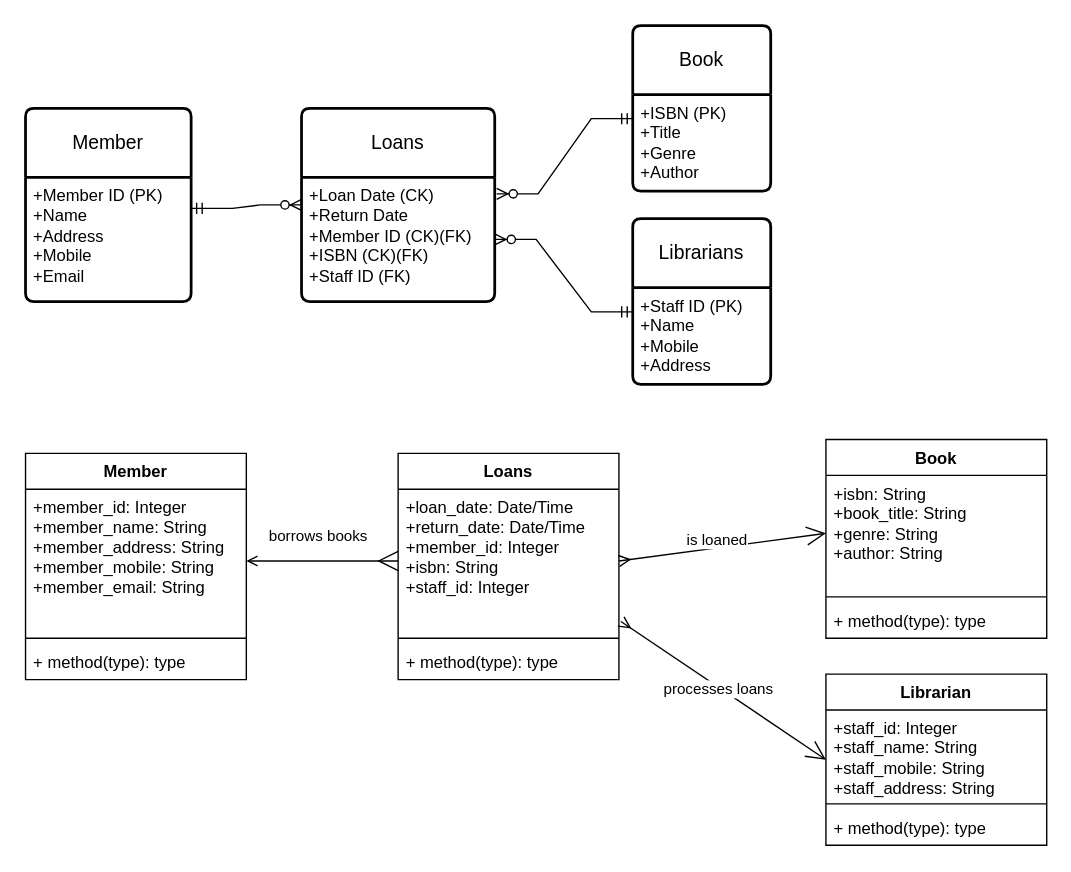
Above: Library ERD.drawio in jamesking020773/jamesking020773.github.io (draw.io), before the change. Source tidied: cells renumbered, new cells numbered last; positions are measured from the earlier drawing's top-left corner, leaving out a move shared by most shapes. Both pictures are drawn from the tidied source at 138%, with x=0, y=0 at pixel (25, 25).
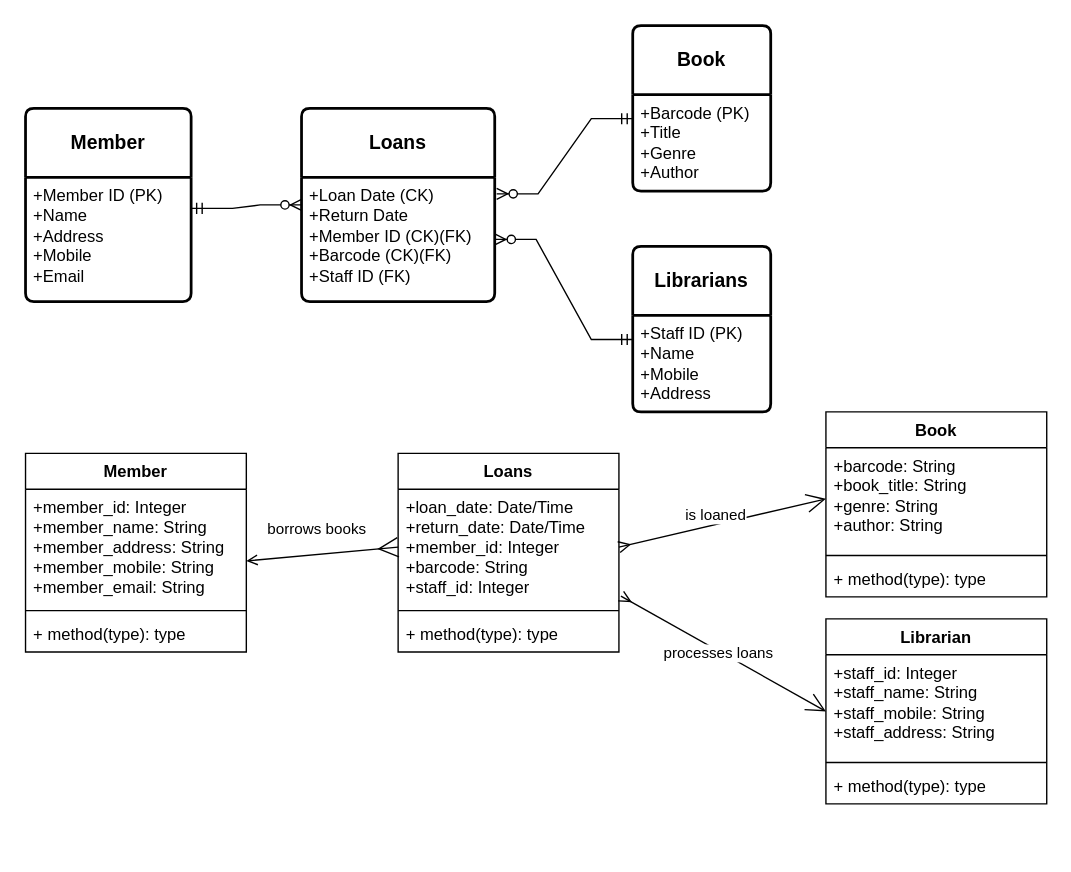
Above is the later version.

What changed in the source:
```diff
@@
-    <mxCell id="2" value="Book" style="swimlane;horizontal=1;startSize=50;rounded=1;fontSize=14;fontStyle=0;strokeWidth=2;shadow=0;dashed=0;align=center;arcSize=4;whiteSpace=wrap;html=1;" parent="1" vertex="1">
+    <mxCell id="2" value="&lt;b&gt;Book&lt;/b&gt;" style="swimlane;horizontal=1;startSize=50;rounded=1;fontSize=14;fontStyle=0;strokeWidth=2;shadow=0;dashed=0;align=center;arcSize=4;whiteSpace=wrap;html=1;" parent="1" vertex="1">
       <mxGeometry x="440" width="100" height="120" as="geometry" />
     </mxCell>
-    <mxCell id="3" value="+ISBN (PK)&lt;br&gt;+Title&lt;br&gt;+Genre&lt;div&gt;+Author&lt;/div&gt;" style="align=left;strokeColor=none;fillColor=none;spacingLeft=4;fontSize=12;verticalAlign=top;html=1;" parent="2" vertex="1">
+    <mxCell id="3" value="+Barcode (PK)&lt;br&gt;+Title&lt;br&gt;+Genre&lt;div&gt;+Author&lt;/div&gt;" style="align=left;strokeColor=none;fillColor=none;spacingLeft=4;fontSize=12;verticalAlign=top;html=1;" parent="2" vertex="1">
       <mxGeometry y="50" width="100" height="70" as="geometry" />
     </mxCell>
-    <mxCell id="4" value="Member" style="swimlane;horizontal=1;startSize=50;rounded=1;fontSize=14;fontStyle=0;strokeWidth=2;shadow=0;dashed=0;align=center;arcSize=4;whiteSpace=wrap;html=1;" parent="1" vertex="1">
+    <mxCell id="4" value="&lt;b&gt;Member&lt;/b&gt;" style="swimlane;horizontal=1;startSize=50;rounded=1;fontSize=14;fontStyle=0;strokeWidth=2;shadow=0;dashed=0;align=center;arcSize=4;whiteSpace=wrap;html=1;" parent="1" vertex="1">
       <mxGeometry y="60" width="120" height="140" as="geometry" />
     </mxCell>
@@
-    <mxCell id="6" value="Loans" style="swimlane;horizontal=1;startSize=50;rounded=1;fontSize=14;fontStyle=0;strokeWidth=2;shadow=0;dashed=0;align=center;arcSize=4;whiteSpace=wrap;html=1;" parent="1" vertex="1">
+    <mxCell id="6" value="&lt;b&gt;Loans&lt;/b&gt;" style="swimlane;horizontal=1;startSize=50;rounded=1;fontSize=14;fontStyle=0;strokeWidth=2;shadow=0;dashed=0;align=center;arcSize=4;whiteSpace=wrap;html=1;" parent="1" vertex="1">
       <mxGeometry x="200" y="60" width="140" height="140" as="geometry" />
     </mxCell>
-    <mxCell id="7" value="+Loan Date (CK)&lt;br&gt;+Return Date&lt;br&gt;+Member ID (CK)(FK)&lt;div&gt;+ISBN (CK)(FK)&lt;/div&gt;&lt;div&gt;+Staff ID (FK)&lt;/div&gt;" style="align=left;strokeColor=none;fillColor=none;spacingLeft=4;fontSize=12;verticalAlign=top;html=1;" parent="6" vertex="1">
+    <mxCell id="7" value="+Loan Date (CK)&lt;br&gt;+Return Date&lt;br&gt;+Member ID (CK)(FK)&lt;div&gt;+Barcode (CK)(FK)&lt;/div&gt;&lt;div&gt;+Staff ID (FK)&lt;/div&gt;" style="align=left;strokeColor=none;fillColor=none;spacingLeft=4;fontSize=12;verticalAlign=top;html=1;" parent="6" vertex="1">
       <mxGeometry y="50" width="140" height="90" as="geometry" />
     </mxCell>
@@
-    <mxCell id="10" value="Librarians" style="swimlane;horizontal=1;startSize=50;rounded=1;fontSize=14;fontStyle=0;strokeWidth=2;shadow=0;dashed=0;align=center;arcSize=4;whiteSpace=wrap;html=1;" parent="1" vertex="1">
-      <mxGeometry x="440" y="140" width="100" height="120" as="geometry" />
+    <mxCell id="10" value="&lt;b&gt;Librarians&lt;/b&gt;" style="swimlane;horizontal=1;startSize=50;rounded=1;fontSize=14;fontStyle=0;strokeWidth=2;shadow=0;dashed=0;align=center;arcSize=4;whiteSpace=wrap;html=1;" parent="1" vertex="1">
+      <mxGeometry x="440" y="160" width="100" height="120" as="geometry" />
     </mxCell>
@@
     <mxCell id="13" value="Member" style="swimlane;fontStyle=1;align=center;verticalAlign=top;horizontal=1;startSize=26;whiteSpace=wrap;html=1;" parent="1" vertex="1">
-      <mxGeometry y="310" width="160" height="164" as="geometry" />
+      <mxGeometry y="310" width="160" height="144" as="geometry" />
     </mxCell>
     <mxCell id="14" value="&lt;span style=&quot;text-wrap: nowrap;&quot;&gt;+member_id: Integer&lt;/span&gt;&lt;br style=&quot;text-wrap: nowrap;&quot;&gt;&lt;span style=&quot;text-wrap: nowrap;&quot;&gt;+member_name: String&lt;/span&gt;&lt;br style=&quot;text-wrap: nowrap;&quot;&gt;&lt;span style=&quot;text-wrap: nowrap;&quot;&gt;+member_address: String&lt;/span&gt;&lt;div style=&quot;text-wrap: nowrap;&quot;&gt;+member_mobile: String&lt;/div&gt;&lt;div style=&quot;text-wrap: nowrap;&quot;&gt;+member_email: String&lt;/div&gt;" style="text;strokeColor=none;fillColor=none;align=left;verticalAlign=top;spacingLeft=4;spacingRight=4;overflow=hidden;whiteSpace=wrap;html=1;" parent="13" vertex="1">
-      <mxGeometry y="26" width="160" height="104" as="geometry" />
+      <mxGeometry y="26" width="160" height="84" as="geometry" />
     </mxCell>
     <mxCell id="15" style="line;strokeWidth=1;fillColor=none;align=left;verticalAlign=middle;spacingTop=-1;spacingLeft=3;spacingRight=3;labelPosition=right;strokeColor=inherit;" parent="13" vertex="1">
-      <mxGeometry y="130" width="160" height="8" as="geometry" />
+      <mxGeometry y="110" width="160" height="8" as="geometry" />
     </mxCell>
     <mxCell id="16" value="+ method(type): type" style="text;strokeColor=none;fillColor=none;align=left;verticalAlign=top;spacingLeft=4;spacingRight=4;overflow=hidden;whiteSpace=wrap;html=1;" parent="13" vertex="1">
-      <mxGeometry y="138" width="160" height="26" as="geometry" />
+      <mxGeometry y="118" width="160" height="26" as="geometry" />
     </mxCell>
     <mxCell id="17" value="Loans" style="swimlane;fontStyle=1;align=center;verticalAlign=top;horizontal=1;startSize=26;whiteSpace=wrap;html=1;" parent="1" vertex="1">
-      <mxGeometry x="270" y="310" width="160" height="164" as="geometry" />
+      <mxGeometry x="270" y="310" width="160" height="144" as="geometry" />
     </mxCell>
-    <mxCell id="18" value="&lt;span style=&quot;text-wrap: nowrap;&quot;&gt;+loan_date: Date/Time&lt;/span&gt;&lt;br style=&quot;text-wrap: nowrap;&quot;&gt;&lt;span style=&quot;text-wrap: nowrap;&quot;&gt;+return_date: Date/Time&lt;/span&gt;&lt;br style=&quot;text-wrap: nowrap;&quot;&gt;&lt;span style=&quot;text-wrap: nowrap;&quot;&gt;+member_id: Integer&lt;/span&gt;&lt;div style=&quot;text-wrap: nowrap;&quot;&gt;+isbn: String&lt;/div&gt;&lt;div style=&quot;text-wrap: nowrap;&quot;&gt;+staff_id: Integer&lt;/div&gt;" style="text;strokeColor=none;fillColor=none;align=left;verticalAlign=top;spacingLeft=4;spacingRight=4;overflow=hidden;points=[[0,0.5],[1,0.5]];portConstraint=eastwest;whiteSpace=wrap;html=1;" parent="17" vertex="1">
-      <mxGeometry y="26" width="160" height="104" as="geometry" />
+    <mxCell id="18" value="&lt;span style=&quot;text-wrap: nowrap;&quot;&gt;+loan_date: Date/Time&lt;/span&gt;&lt;br style=&quot;text-wrap: nowrap;&quot;&gt;&lt;span style=&quot;text-wrap: nowrap;&quot;&gt;+return_date: Date/Time&lt;/span&gt;&lt;br style=&quot;text-wrap: nowrap;&quot;&gt;&lt;span style=&quot;text-wrap: nowrap;&quot;&gt;+member_id: Integer&lt;/span&gt;&lt;div style=&quot;text-wrap: nowrap;&quot;&gt;+barcode: String&lt;/div&gt;&lt;div style=&quot;text-wrap: nowrap;&quot;&gt;+staff_id: Integer&lt;/div&gt;" style="text;strokeColor=none;fillColor=none;align=left;verticalAlign=top;spacingLeft=4;spacingRight=4;overflow=hidden;points=[[0,0.5],[1,0.5]];portConstraint=eastwest;whiteSpace=wrap;html=1;" parent="17" vertex="1">
+      <mxGeometry y="26" width="160" height="84" as="geometry" />
     </mxCell>
     <mxCell id="19" style="line;strokeWidth=1;fillColor=none;align=left;verticalAlign=middle;spacingTop=-1;spacingLeft=3;spacingRight=3;labelPosition=right;strokeColor=inherit;" parent="17" vertex="1">
-      <mxGeometry y="130" width="160" height="8" as="geometry" />
+      <mxGeometry y="110" width="160" height="8" as="geometry" />
     </mxCell>
     <mxCell id="20" value="+ method(type): type" style="text;strokeColor=none;fillColor=none;align=left;verticalAlign=top;spacingLeft=4;spacingRight=4;overflow=hidden;whiteSpace=wrap;html=1;" parent="17" vertex="1">
-      <mxGeometry y="138" width="160" height="26" as="geometry" />
+      <mxGeometry y="118" width="160" height="26" as="geometry" />
     </mxCell>
     <mxCell id="21" value="Book" style="swimlane;fontStyle=1;align=center;verticalAlign=top;horizontal=1;startSize=26;whiteSpace=wrap;html=1;" parent="1" vertex="1">
-      <mxGeometry x="580" y="300" width="160" height="144" as="geometry" />
+      <mxGeometry x="580" y="280" width="160" height="134" as="geometry" />
     </mxCell>
-    <mxCell id="22" value="&lt;span style=&quot;text-wrap: nowrap;&quot;&gt;+isbn: String&lt;/span&gt;&lt;div&gt;&lt;span style=&quot;text-wrap: nowrap;&quot;&gt;+book_title: String&lt;/span&gt;&lt;br style=&quot;text-wrap: nowrap;&quot;&gt;&lt;span style=&quot;text-wrap: nowrap;&quot;&gt;+genre: String&lt;/span&gt;&lt;div style=&quot;text-wrap: nowrap;&quot;&gt;+author: String&lt;/div&gt;&lt;/div&gt;" style="text;strokeColor=none;fillColor=none;align=left;verticalAlign=top;spacingLeft=4;spacingRight=4;overflow=hidden;points=[[0,0.5],[1,0.5]];portConstraint=eastwest;whiteSpace=wrap;html=1;" parent="21" vertex="1">
-      <mxGeometry y="26" width="160" height="84" as="geometry" />
+    <mxCell id="22" value="&lt;span style=&quot;text-wrap: nowrap;&quot;&gt;+barcode: String&lt;/span&gt;&lt;div&gt;&lt;span style=&quot;text-wrap: nowrap;&quot;&gt;+book_title: String&lt;/span&gt;&lt;br style=&quot;text-wrap: nowrap;&quot;&gt;&lt;span style=&quot;text-wrap: nowrap;&quot;&gt;+genre: String&lt;/span&gt;&lt;div style=&quot;text-wrap: nowrap;&quot;&gt;+author: String&lt;/div&gt;&lt;/div&gt;" style="text;strokeColor=none;fillColor=none;align=left;verticalAlign=top;spacingLeft=4;spacingRight=4;overflow=hidden;points=[[0,0.5],[1,0.5]];portConstraint=eastwest;whiteSpace=wrap;html=1;" parent="21" vertex="1">
+      <mxGeometry y="26" width="160" height="74" as="geometry" />
     </mxCell>
     <mxCell id="23" style="line;strokeWidth=1;fillColor=none;align=left;verticalAlign=middle;spacingTop=-1;spacingLeft=3;spacingRight=3;labelPosition=right;strokeColor=inherit;" parent="21" vertex="1">
-      <mxGeometry y="110" width="160" height="8" as="geometry" />
+      <mxGeometry y="100" width="160" height="8" as="geometry" />
     </mxCell>
     <mxCell id="24" value="+ method(type): type" style="text;strokeColor=none;fillColor=none;align=left;verticalAlign=top;spacingLeft=4;spacingRight=4;overflow=hidden;whiteSpace=wrap;html=1;" parent="21" vertex="1">
-      <mxGeometry y="118" width="160" height="26" as="geometry" />
+      <mxGeometry y="108" width="160" height="26" as="geometry" />
     </mxCell>
     <mxCell id="25" value="Librarian" style="swimlane;fontStyle=1;align=center;verticalAlign=top;horizontal=1;startSize=26;whiteSpace=wrap;html=1;" parent="1" vertex="1">
-      <mxGeometry x="580" y="470" width="160" height="124" as="geometry" />
+      <mxGeometry x="580" y="430" width="160" height="134" as="geometry" />
     </mxCell>
     <mxCell id="26" value="&lt;span style=&quot;text-wrap: nowrap;&quot;&gt;+staff_id: Integer&lt;/span&gt;&lt;div style=&quot;text-wrap: nowrap;&quot;&gt;+staff_name: String&lt;/div&gt;&lt;div style=&quot;text-wrap: nowrap;&quot;&gt;+staff_mobile: String&lt;/div&gt;&lt;div style=&quot;text-wrap: nowrap;&quot;&gt;+staff_address: String&lt;/div&gt;" style="text;strokeColor=none;fillColor=none;align=left;verticalAlign=top;spacingLeft=4;spacingRight=4;overflow=hidden;whiteSpace=wrap;html=1;" parent="25" vertex="1">
-      <mxGeometry y="26" width="160" height="64" as="geometry" />
+      <mxGeometry y="26" width="160" height="74" as="geometry" />
     </mxCell>
     <mxCell id="27" style="line;strokeWidth=1;fillColor=none;align=left;verticalAlign=middle;spacingTop=-1;spacingLeft=3;spacingRight=3;labelPosition=right;strokeColor=inherit;" parent="25" vertex="1">
-      <mxGeometry y="90" width="160" height="8" as="geometry" />
+      <mxGeometry y="100" width="160" height="8" as="geometry" />
     </mxCell>
     <mxCell id="28" value="+ method(type): type" style="text;strokeColor=none;fillColor=none;align=left;verticalAlign=top;spacingLeft=4;spacingRight=4;overflow=hidden;whiteSpace=wrap;html=1;" parent="25" vertex="1">
-      <mxGeometry y="98" width="160" height="26" as="geometry" />
+      <mxGeometry y="108" width="160" height="26" as="geometry" />
     </mxCell>
```
